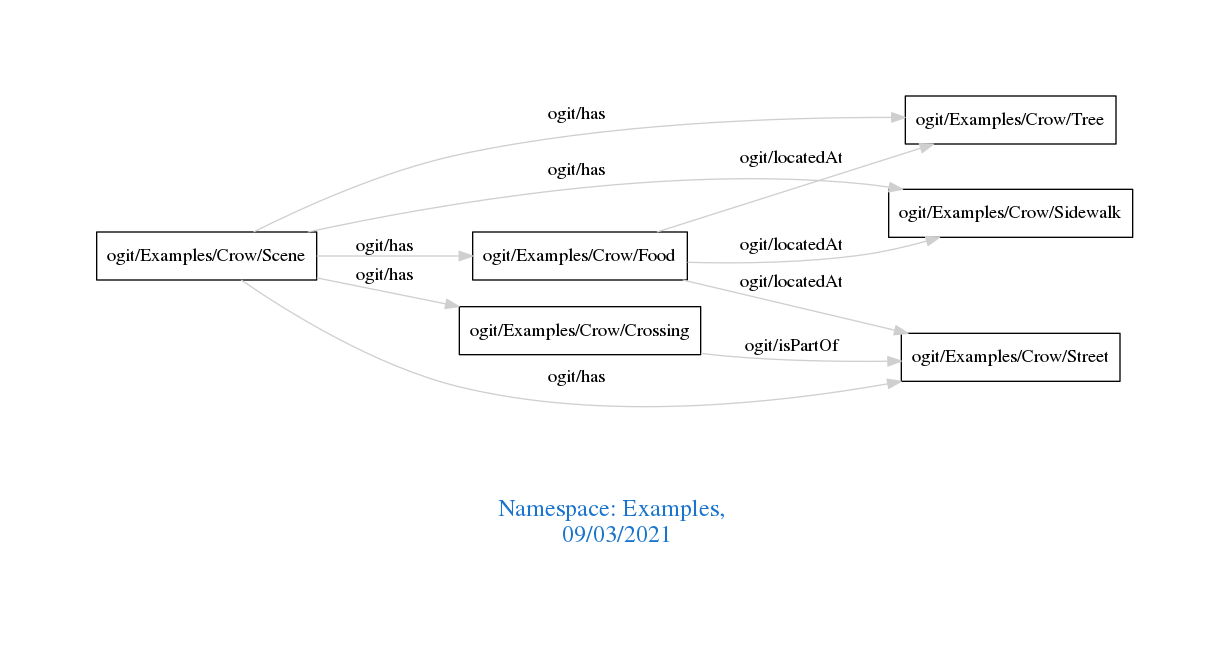
This is downloads/Examples.png from arago/OGIT, a Graphviz export, as it was before one commit. Its source is kept beside it as downloads/Examples.dot.
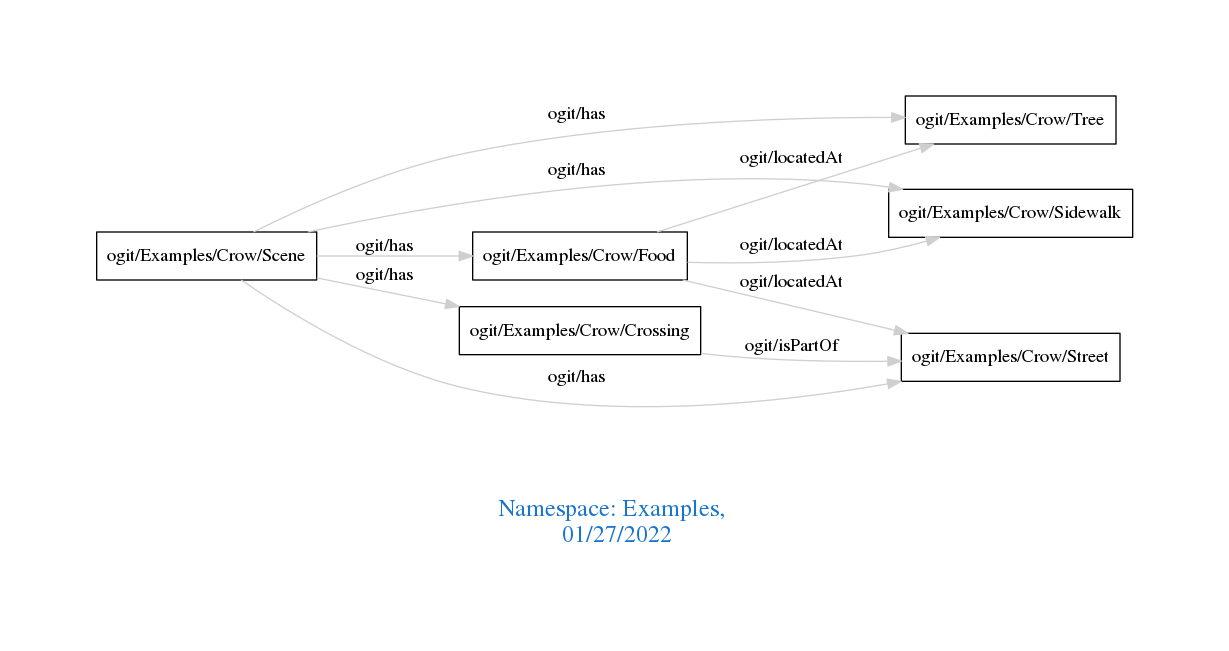
Later version of the same file.

Diff of the diagram source:
```diff
@@ -1,7 +1,7 @@
 digraph OGIT_ontology {
  graph [ rankdir= LR,pad=1
 fontsize = 18,
-fontcolor= dodgerblue3,label = "\n\n\nNamespace: Examples, \n 09/03/2021"];
+fontcolor= dodgerblue3,label = "\n\n\nNamespace: Examples, \n 01/27/2022"];
 node[shape=polygon];
 edge [  color="gray81"];
 
```
